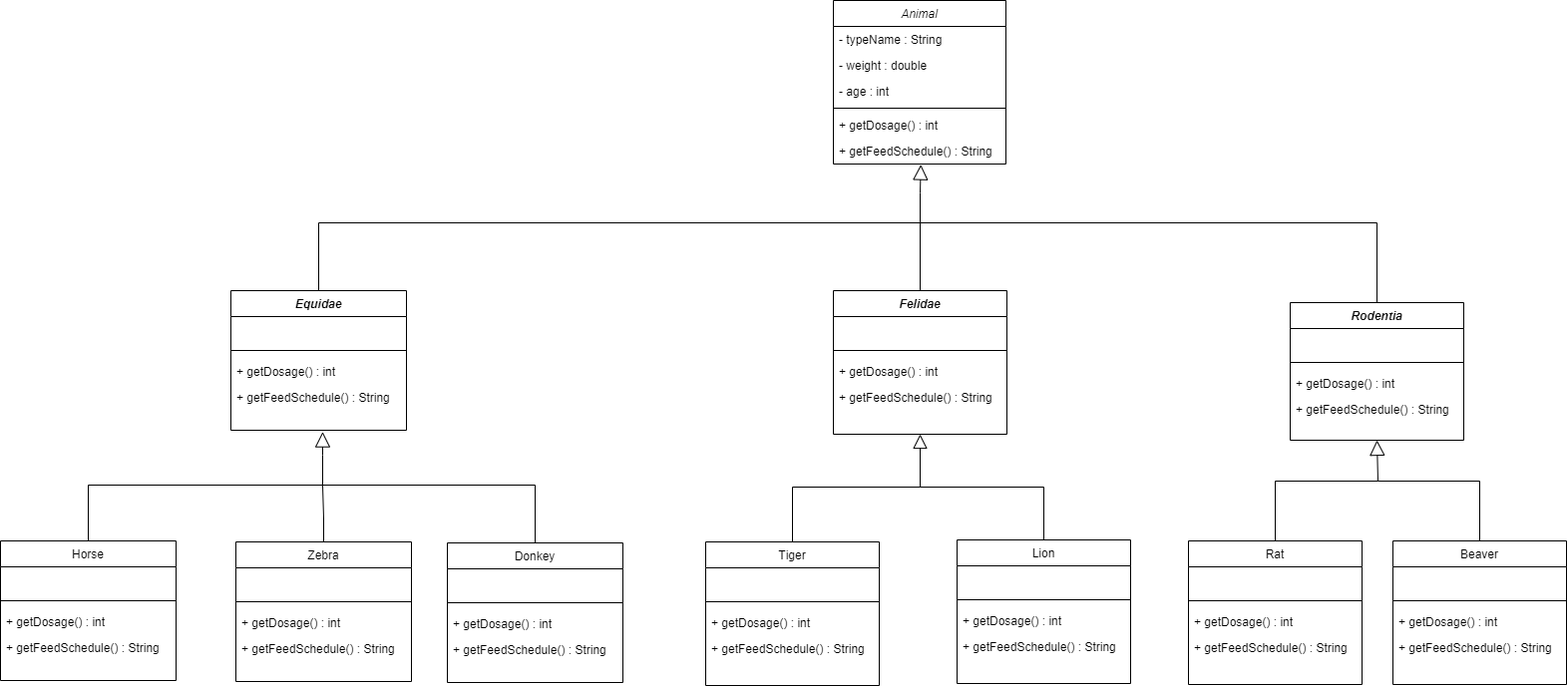
emreyldrm/Course keeps this draw.io diagram as javaBasics-Patika.dev/oop/zooManagementSystem.png. Above is the earlier version. Source tidied: cells renumbered, new cells last; positions are measured from the earlier drawing's top-left corner, leaving out a move shared by most shapes. Its diagram source:
```xml
<mxGraphModel background="#ffffff">
  <root>
    <mxCell id="0" />
    <mxCell id="1" parent="0" />
    <mxCell id="2" value="Animal" style="swimlane;fontStyle=2;align=center;verticalAlign=top;horizontal=1;startSize=26;rounded=0;shadow=0;strokeWidth=1;fillColor=default;strokeColor=default;" parent="1" vertex="1">
      <mxGeometry x="835" width="173" height="164" as="geometry" />
    </mxCell>
    <mxCell id="3" value="- typeName : String" style="text;align=left;verticalAlign=top;spacingLeft=4;spacingRight=4;overflow=hidden;" parent="2" vertex="1">
      <mxGeometry y="26" width="173" height="26" as="geometry" />
    </mxCell>
    <mxCell id="4" value="- weight : double" style="text;align=left;verticalAlign=top;spacingLeft=4;spacingRight=4;overflow=hidden;" parent="2" vertex="1">
      <mxGeometry y="52" width="173" height="26" as="geometry" />
    </mxCell>
    <mxCell id="5" value="- age : int" style="text;align=left;verticalAlign=top;spacingLeft=4;spacingRight=4;overflow=hidden;" parent="2" vertex="1">
      <mxGeometry y="78" width="173" height="26" as="geometry" />
    </mxCell>
    <mxCell id="6" style="line;html=1;strokeWidth=1;align=left;verticalAlign=middle;spacingTop=-1;spacingLeft=3;spacingRight=3;labelPosition=right;" parent="2" vertex="1">
      <mxGeometry y="104" width="173" height="8" as="geometry" />
    </mxCell>
    <mxCell id="7" value="+ getDosage() : int" style="text;align=left;verticalAlign=top;spacingLeft=4;spacingRight=4;overflow=hidden;" parent="2" vertex="1">
      <mxGeometry y="112" width="173" height="26" as="geometry" />
    </mxCell>
    <mxCell id="8" value="+ getFeedSchedule() : String" style="text;align=left;verticalAlign=top;spacingLeft=4;spacingRight=4;overflow=hidden;points=[[0,0.5],[1,0.5]];portConstraint=eastwest;" parent="2" vertex="1">
      <mxGeometry y="138" width="173" height="26" as="geometry" />
    </mxCell>
    <mxCell id="9" value="Equidae" style="swimlane;fontStyle=3;align=center;verticalAlign=top;horizontal=1;startSize=26;rounded=0;shadow=0;strokeWidth=1;" parent="1" vertex="1">
      <mxGeometry x="231" y="291" width="176" height="140" as="geometry" />
    </mxCell>
    <mxCell id="10" value="   " style="text;align=left;verticalAlign=top;spacingLeft=4;spacingRight=4;overflow=hidden;rounded=0;shadow=0;html=0;" parent="9" vertex="1">
      <mxGeometry y="26" width="176" height="26" as="geometry" />
    </mxCell>
    <mxCell id="11" style="line;html=1;strokeWidth=1;align=left;verticalAlign=middle;spacingTop=-1;spacingLeft=3;spacingRight=3;labelPosition=right;" parent="9" vertex="1">
      <mxGeometry y="52" width="176" height="16" as="geometry" />
    </mxCell>
    <mxCell id="12" value="+ getDosage() : int" style="text;align=left;verticalAlign=top;spacingLeft=4;spacingRight=4;overflow=hidden;" parent="9" vertex="1">
      <mxGeometry y="68" width="176" height="26" as="geometry" />
    </mxCell>
    <mxCell id="13" value="+ getFeedSchedule() : String" style="text;align=left;verticalAlign=top;spacingLeft=4;spacingRight=4;overflow=hidden;" parent="9" vertex="1">
      <mxGeometry y="94" width="176" height="26" as="geometry" />
    </mxCell>
    <mxCell id="14" value="Felidae" style="swimlane;fontStyle=3;align=center;verticalAlign=top;horizontal=1;startSize=26;rounded=0;shadow=0;strokeWidth=1;" parent="1" vertex="1">
      <mxGeometry x="835" y="291" width="174" height="144" as="geometry" />
    </mxCell>
    <mxCell id="15" value="   " style="text;align=left;verticalAlign=top;spacingLeft=4;spacingRight=4;overflow=hidden;rounded=0;shadow=0;html=0;" parent="14" vertex="1">
      <mxGeometry y="26" width="174" height="26" as="geometry" />
    </mxCell>
    <mxCell id="16" style="line;html=1;strokeWidth=1;align=left;verticalAlign=middle;spacingTop=-1;spacingLeft=3;spacingRight=3;labelPosition=right;" parent="14" vertex="1">
      <mxGeometry y="52" width="174" height="16" as="geometry" />
    </mxCell>
    <mxCell id="17" value="+ getDosage() : int" style="text;align=left;verticalAlign=top;spacingLeft=4;spacingRight=4;overflow=hidden;" parent="14" vertex="1">
      <mxGeometry y="68" width="174" height="26" as="geometry" />
    </mxCell>
    <mxCell id="18" value="+ getFeedSchedule() : String" style="text;align=left;verticalAlign=top;spacingLeft=4;spacingRight=4;overflow=hidden;" parent="14" vertex="1">
      <mxGeometry y="94" width="174" height="26" as="geometry" />
    </mxCell>
    <mxCell id="19" value="Rodentia" style="swimlane;fontStyle=3;align=center;verticalAlign=top;horizontal=1;startSize=26;rounded=0;shadow=0;strokeWidth=1;" parent="1" vertex="1">
      <mxGeometry x="1293" y="303" width="174" height="138" as="geometry" />
    </mxCell>
    <mxCell id="20" value="   " style="text;align=left;verticalAlign=top;spacingLeft=4;spacingRight=4;overflow=hidden;rounded=0;shadow=0;html=0;" parent="19" vertex="1">
      <mxGeometry y="26" width="174" height="26" as="geometry" />
    </mxCell>
    <mxCell id="21" style="line;html=1;strokeWidth=1;align=left;verticalAlign=middle;spacingTop=-1;spacingLeft=3;spacingRight=3;labelPosition=right;" parent="19" vertex="1">
      <mxGeometry y="52" width="174" height="16" as="geometry" />
    </mxCell>
    <mxCell id="22" value="+ getDosage() : int" style="text;align=left;verticalAlign=top;spacingLeft=4;spacingRight=4;overflow=hidden;" parent="19" vertex="1">
      <mxGeometry y="68" width="174" height="26" as="geometry" />
    </mxCell>
    <mxCell id="23" value="+ getFeedSchedule() : String" style="text;align=left;verticalAlign=top;spacingLeft=4;spacingRight=4;overflow=hidden;" parent="19" vertex="1">
      <mxGeometry y="94" width="174" height="26" as="geometry" />
    </mxCell>
    <mxCell id="24" value="Horse" style="swimlane;fontStyle=0;align=center;verticalAlign=top;horizontal=1;startSize=26;rounded=0;shadow=0;strokeWidth=1;" parent="1" vertex="1">
      <mxGeometry y="542" width="176" height="140" as="geometry" />
    </mxCell>
    <mxCell id="25" value="   " style="text;align=left;verticalAlign=top;spacingLeft=4;spacingRight=4;overflow=hidden;rounded=0;shadow=0;html=0;" parent="24" vertex="1">
      <mxGeometry y="26" width="176" height="26" as="geometry" />
    </mxCell>
    <mxCell id="26" style="line;html=1;strokeWidth=1;align=left;verticalAlign=middle;spacingTop=-1;spacingLeft=3;spacingRight=3;labelPosition=right;" parent="24" vertex="1">
      <mxGeometry y="52" width="176" height="16" as="geometry" />
    </mxCell>
    <mxCell id="27" value="+ getDosage() : int" style="text;align=left;verticalAlign=top;spacingLeft=4;spacingRight=4;overflow=hidden;" parent="24" vertex="1">
      <mxGeometry y="68" width="176" height="26" as="geometry" />
    </mxCell>
    <mxCell id="28" value="+ getFeedSchedule() : String" style="text;align=left;verticalAlign=top;spacingLeft=4;spacingRight=4;overflow=hidden;" parent="24" vertex="1">
      <mxGeometry y="94" width="176" height="26" as="geometry" />
    </mxCell>
    <mxCell id="29" value="Zebra" style="swimlane;fontStyle=0;align=center;verticalAlign=top;horizontal=1;startSize=26;rounded=0;shadow=0;strokeWidth=1;" parent="1" vertex="1">
      <mxGeometry x="236" y="543" width="176" height="140" as="geometry" />
    </mxCell>
    <mxCell id="30" value="   " style="text;align=left;verticalAlign=top;spacingLeft=4;spacingRight=4;overflow=hidden;rounded=0;shadow=0;html=0;" parent="29" vertex="1">
      <mxGeometry y="26" width="176" height="26" as="geometry" />
    </mxCell>
    <mxCell id="31" style="line;html=1;strokeWidth=1;align=left;verticalAlign=middle;spacingTop=-1;spacingLeft=3;spacingRight=3;labelPosition=right;" parent="29" vertex="1">
      <mxGeometry y="52" width="176" height="16" as="geometry" />
    </mxCell>
    <mxCell id="32" value="+ getDosage() : int" style="text;align=left;verticalAlign=top;spacingLeft=4;spacingRight=4;overflow=hidden;" parent="29" vertex="1">
      <mxGeometry y="68" width="176" height="26" as="geometry" />
    </mxCell>
    <mxCell id="33" value="+ getFeedSchedule() : String" style="text;align=left;verticalAlign=top;spacingLeft=4;spacingRight=4;overflow=hidden;" parent="29" vertex="1">
      <mxGeometry y="94" width="176" height="26" as="geometry" />
    </mxCell>
    <mxCell id="34" value="Donkey" style="swimlane;fontStyle=0;align=center;verticalAlign=top;horizontal=1;startSize=26;rounded=0;shadow=0;strokeWidth=1;" parent="1" vertex="1">
      <mxGeometry x="448" y="544" width="176" height="140" as="geometry" />
    </mxCell>
    <mxCell id="35" value="   " style="text;align=left;verticalAlign=top;spacingLeft=4;spacingRight=4;overflow=hidden;rounded=0;shadow=0;html=0;" parent="34" vertex="1">
      <mxGeometry y="26" width="176" height="26" as="geometry" />
    </mxCell>
    <mxCell id="36" style="line;html=1;strokeWidth=1;align=left;verticalAlign=middle;spacingTop=-1;spacingLeft=3;spacingRight=3;labelPosition=right;" parent="34" vertex="1">
      <mxGeometry y="52" width="176" height="16" as="geometry" />
    </mxCell>
    <mxCell id="37" value="+ getDosage() : int" style="text;align=left;verticalAlign=top;spacingLeft=4;spacingRight=4;overflow=hidden;" parent="34" vertex="1">
      <mxGeometry y="68" width="176" height="26" as="geometry" />
    </mxCell>
    <mxCell id="38" value="+ getFeedSchedule() : String" style="text;align=left;verticalAlign=top;spacingLeft=4;spacingRight=4;overflow=hidden;" parent="34" vertex="1">
      <mxGeometry y="94" width="176" height="26" as="geometry" />
    </mxCell>
    <mxCell id="39" value="Tiger" style="swimlane;fontStyle=0;align=center;verticalAlign=top;horizontal=1;startSize=26;rounded=0;shadow=0;strokeWidth=1;" parent="1" vertex="1">
      <mxGeometry x="707" y="543" width="174" height="144" as="geometry" />
    </mxCell>
    <mxCell id="40" value="   " style="text;align=left;verticalAlign=top;spacingLeft=4;spacingRight=4;overflow=hidden;rounded=0;shadow=0;html=0;" parent="39" vertex="1">
      <mxGeometry y="26" width="174" height="26" as="geometry" />
    </mxCell>
    <mxCell id="41" style="line;html=1;strokeWidth=1;align=left;verticalAlign=middle;spacingTop=-1;spacingLeft=3;spacingRight=3;labelPosition=right;" parent="39" vertex="1">
      <mxGeometry y="52" width="174" height="16" as="geometry" />
    </mxCell>
    <mxCell id="42" value="+ getDosage() : int" style="text;align=left;verticalAlign=top;spacingLeft=4;spacingRight=4;overflow=hidden;" parent="39" vertex="1">
      <mxGeometry y="68" width="174" height="26" as="geometry" />
    </mxCell>
    <mxCell id="43" value="+ getFeedSchedule() : String" style="text;align=left;verticalAlign=top;spacingLeft=4;spacingRight=4;overflow=hidden;" parent="39" vertex="1">
      <mxGeometry y="94" width="174" height="26" as="geometry" />
    </mxCell>
    <mxCell id="44" style="edgeStyle=orthogonalEdgeStyle;rounded=0;jettySize=auto;html=1;endArrow=none;endFill=0;" parent="1" edge="1" source="45" target="56">
      <mxGeometry relative="1" as="geometry">
        <Array as="points">
          <mxPoint x="1046" y="488" />
        </Array>
      </mxGeometry>
    </mxCell>
    <mxCell id="45" value="Lion" style="swimlane;fontStyle=0;align=center;verticalAlign=top;horizontal=1;startSize=26;rounded=0;shadow=0;strokeWidth=1;" parent="1" vertex="1">
      <mxGeometry x="959" y="541" width="174" height="144" as="geometry" />
    </mxCell>
    <mxCell id="46" value="   " style="text;align=left;verticalAlign=top;spacingLeft=4;spacingRight=4;overflow=hidden;rounded=0;shadow=0;html=0;" parent="45" vertex="1">
      <mxGeometry y="26" width="174" height="26" as="geometry" />
    </mxCell>
    <mxCell id="47" style="line;html=1;strokeWidth=1;align=left;verticalAlign=middle;spacingTop=-1;spacingLeft=3;spacingRight=3;labelPosition=right;" parent="45" vertex="1">
      <mxGeometry y="52" width="174" height="16" as="geometry" />
    </mxCell>
    <mxCell id="48" value="+ getDosage() : int" style="text;align=left;verticalAlign=top;spacingLeft=4;spacingRight=4;overflow=hidden;" parent="45" vertex="1">
      <mxGeometry y="68" width="174" height="26" as="geometry" />
    </mxCell>
    <mxCell id="49" value="+ getFeedSchedule() : String" style="text;align=left;verticalAlign=top;spacingLeft=4;spacingRight=4;overflow=hidden;" parent="45" vertex="1">
      <mxGeometry y="94" width="174" height="26" as="geometry" />
    </mxCell>
    <mxCell id="50" style="edgeStyle=orthogonalEdgeStyle;rounded=0;jettySize=auto;html=1;endArrow=block;endFill=0;endSize=13;" parent="1" edge="1" source="51">
      <mxGeometry relative="1" as="geometry">
        <mxPoint x="323" y="432.6" as="targetPoint" />
      </mxGeometry>
    </mxCell>
    <mxCell id="51" style="shape=waypoint;sketch=0;fillStyle=solid;size=6;points=[];fillColor=none;perimeter=centerPerimeter;snapToPoint=1;strokeColor=none;" parent="1" vertex="1">
      <mxGeometry x="313" y="476" width="20" height="20" as="geometry" />
    </mxCell>
    <mxCell id="52" style="edgeStyle=orthogonalEdgeStyle;rounded=0;jettySize=auto;html=1;entryX=0.738;entryY=0.721;entryDx=0;entryDy=0;entryPerimeter=0;endArrow=none;endFill=0;" parent="1" edge="1" source="29" target="51">
      <mxGeometry relative="1" as="geometry" />
    </mxCell>
    <mxCell id="53" style="edgeStyle=orthogonalEdgeStyle;rounded=0;jettySize=auto;html=1;entryX=0.974;entryY=0.438;entryDx=0;entryDy=0;entryPerimeter=0;endArrow=none;endFill=0;" parent="1" edge="1" source="34" target="51">
      <mxGeometry relative="1" as="geometry">
        <Array as="points">
          <mxPoint x="536" y="486" />
        </Array>
      </mxGeometry>
    </mxCell>
    <mxCell id="54" style="edgeStyle=orthogonalEdgeStyle;rounded=0;jettySize=auto;html=1;entryX=0.315;entryY=0.391;entryDx=0;entryDy=0;entryPerimeter=0;endArrow=none;endFill=0;" parent="1" edge="1" source="24" target="51">
      <mxGeometry relative="1" as="geometry">
        <Array as="points">
          <mxPoint x="88" y="486" />
        </Array>
      </mxGeometry>
    </mxCell>
    <mxCell id="55" style="edgeStyle=orthogonalEdgeStyle;rounded=0;jettySize=auto;html=1;entryX=0.5;entryY=1;entryDx=0;entryDy=0;endArrow=block;endFill=0;endSize=12;" parent="1" edge="1" source="56" target="14">
      <mxGeometry relative="1" as="geometry" />
    </mxCell>
    <mxCell id="56" style="shape=waypoint;sketch=0;fillStyle=solid;size=6;points=[];fillColor=none;perimeter=centerPerimeter;snapToPoint=1;strokeColor=none;" parent="1" vertex="1">
      <mxGeometry x="912" y="478" width="20" height="20" as="geometry" />
    </mxCell>
    <mxCell id="57" style="edgeStyle=orthogonalEdgeStyle;rounded=0;jettySize=auto;html=1;entryX=0.859;entryY=0.856;entryDx=0;entryDy=0;entryPerimeter=0;endArrow=none;endFill=0;" parent="1" edge="1" source="39" target="56">
      <mxGeometry relative="1" as="geometry">
        <Array as="points">
          <mxPoint x="794" y="488" />
        </Array>
      </mxGeometry>
    </mxCell>
    <mxCell id="58" style="edgeStyle=orthogonalEdgeStyle;rounded=0;jettySize=auto;html=1;endArrow=none;endFill=0;" parent="1" edge="1" source="59" target="70">
      <mxGeometry relative="1" as="geometry">
        <Array as="points">
          <mxPoint x="1278" y="482" />
        </Array>
      </mxGeometry>
    </mxCell>
    <mxCell id="59" value="Rat" style="swimlane;fontStyle=0;align=center;verticalAlign=top;horizontal=1;startSize=26;rounded=0;shadow=0;strokeWidth=1;" parent="1" vertex="1">
      <mxGeometry x="1191" y="542" width="174" height="144" as="geometry" />
    </mxCell>
    <mxCell id="60" value="   " style="text;align=left;verticalAlign=top;spacingLeft=4;spacingRight=4;overflow=hidden;rounded=0;shadow=0;html=0;" parent="59" vertex="1">
      <mxGeometry y="26" width="174" height="26" as="geometry" />
    </mxCell>
    <mxCell id="61" style="line;html=1;strokeWidth=1;align=left;verticalAlign=middle;spacingTop=-1;spacingLeft=3;spacingRight=3;labelPosition=right;" parent="59" vertex="1">
      <mxGeometry y="52" width="174" height="16" as="geometry" />
    </mxCell>
    <mxCell id="62" value="+ getDosage() : int" style="text;align=left;verticalAlign=top;spacingLeft=4;spacingRight=4;overflow=hidden;" parent="59" vertex="1">
      <mxGeometry y="68" width="174" height="26" as="geometry" />
    </mxCell>
    <mxCell id="63" value="+ getFeedSchedule() : String" style="text;align=left;verticalAlign=top;spacingLeft=4;spacingRight=4;overflow=hidden;" parent="59" vertex="1">
      <mxGeometry y="94" width="174" height="26" as="geometry" />
    </mxCell>
    <mxCell id="64" value="Beaver" style="swimlane;fontStyle=0;align=center;verticalAlign=top;horizontal=1;startSize=26;rounded=0;shadow=0;strokeWidth=1;" parent="1" vertex="1">
      <mxGeometry x="1396" y="542" width="174" height="144" as="geometry" />
    </mxCell>
    <mxCell id="65" value="   " style="text;align=left;verticalAlign=top;spacingLeft=4;spacingRight=4;overflow=hidden;rounded=0;shadow=0;html=0;" parent="64" vertex="1">
      <mxGeometry y="26" width="174" height="26" as="geometry" />
    </mxCell>
    <mxCell id="66" style="line;html=1;strokeWidth=1;align=left;verticalAlign=middle;spacingTop=-1;spacingLeft=3;spacingRight=3;labelPosition=right;" parent="64" vertex="1">
      <mxGeometry y="52" width="174" height="16" as="geometry" />
    </mxCell>
    <mxCell id="67" value="+ getDosage() : int" style="text;align=left;verticalAlign=top;spacingLeft=4;spacingRight=4;overflow=hidden;" parent="64" vertex="1">
      <mxGeometry y="68" width="174" height="26" as="geometry" />
    </mxCell>
    <mxCell id="68" value="+ getFeedSchedule() : String" style="text;align=left;verticalAlign=top;spacingLeft=4;spacingRight=4;overflow=hidden;" parent="64" vertex="1">
      <mxGeometry y="94" width="174" height="26" as="geometry" />
    </mxCell>
    <mxCell id="69" style="edgeStyle=orthogonalEdgeStyle;rounded=0;jettySize=auto;html=1;entryX=0.5;entryY=1;entryDx=0;entryDy=0;endArrow=block;endFill=0;endSize=13;" parent="1" edge="1" source="70" target="19">
      <mxGeometry relative="1" as="geometry" />
    </mxCell>
    <mxCell id="70" style="shape=waypoint;sketch=0;fillStyle=solid;size=6;points=[];fillColor=none;perimeter=centerPerimeter;snapToPoint=1;strokeColor=none;" parent="1" vertex="1">
      <mxGeometry x="1371" y="472" width="20" height="20" as="geometry" />
    </mxCell>
    <mxCell id="71" style="edgeStyle=orthogonalEdgeStyle;rounded=0;jettySize=auto;html=1;entryX=0.786;entryY=0.352;entryDx=0;entryDy=0;entryPerimeter=0;endArrow=none;endFill=0;" parent="1" edge="1" source="64" target="70">
      <mxGeometry relative="1" as="geometry">
        <Array as="points">
          <mxPoint x="1483" y="482" />
        </Array>
      </mxGeometry>
    </mxCell>
    <mxCell id="72" style="shape=waypoint;sketch=0;fillStyle=solid;size=6;points=[];fillColor=none;perimeter=centerPerimeter;snapToPoint=1;strokeColor=none;" parent="1" vertex="1">
      <mxGeometry x="912" y="213" width="20" height="20" as="geometry" />
    </mxCell>
    <mxCell id="73" style="edgeStyle=orthogonalEdgeStyle;rounded=0;jettySize=auto;html=1;entryX=0.253;entryY=0.362;entryDx=0;entryDy=0;entryPerimeter=0;endArrow=none;endFill=0;" parent="1" edge="1" source="9" target="72">
      <mxGeometry relative="1" as="geometry">
        <Array as="points">
          <mxPoint x="319" y="223" />
        </Array>
      </mxGeometry>
    </mxCell>
    <mxCell id="74" style="edgeStyle=orthogonalEdgeStyle;rounded=0;jettySize=auto;html=1;entryX=0.724;entryY=0.974;entryDx=0;entryDy=0;entryPerimeter=0;endArrow=none;endFill=0;" parent="1" edge="1" source="14" target="72">
      <mxGeometry relative="1" as="geometry" />
    </mxCell>
    <mxCell id="75" style="edgeStyle=orthogonalEdgeStyle;rounded=0;jettySize=auto;html=1;entryX=0.953;entryY=0.315;entryDx=0;entryDy=0;entryPerimeter=0;endArrow=none;endFill=0;" parent="1" edge="1" source="19" target="72">
      <mxGeometry relative="1" as="geometry">
        <Array as="points">
          <mxPoint x="1380" y="223" />
        </Array>
      </mxGeometry>
    </mxCell>
    <mxCell id="76" style="edgeStyle=orthogonalEdgeStyle;rounded=0;jettySize=auto;html=1;entryX=0.507;entryY=1.022;entryDx=0;entryDy=0;entryPerimeter=0;endArrow=block;endFill=0;endSize=13;" parent="1" edge="1" source="72" target="8">
      <mxGeometry relative="1" as="geometry" />
    </mxCell>
  </root>
</mxGraphModel>
```
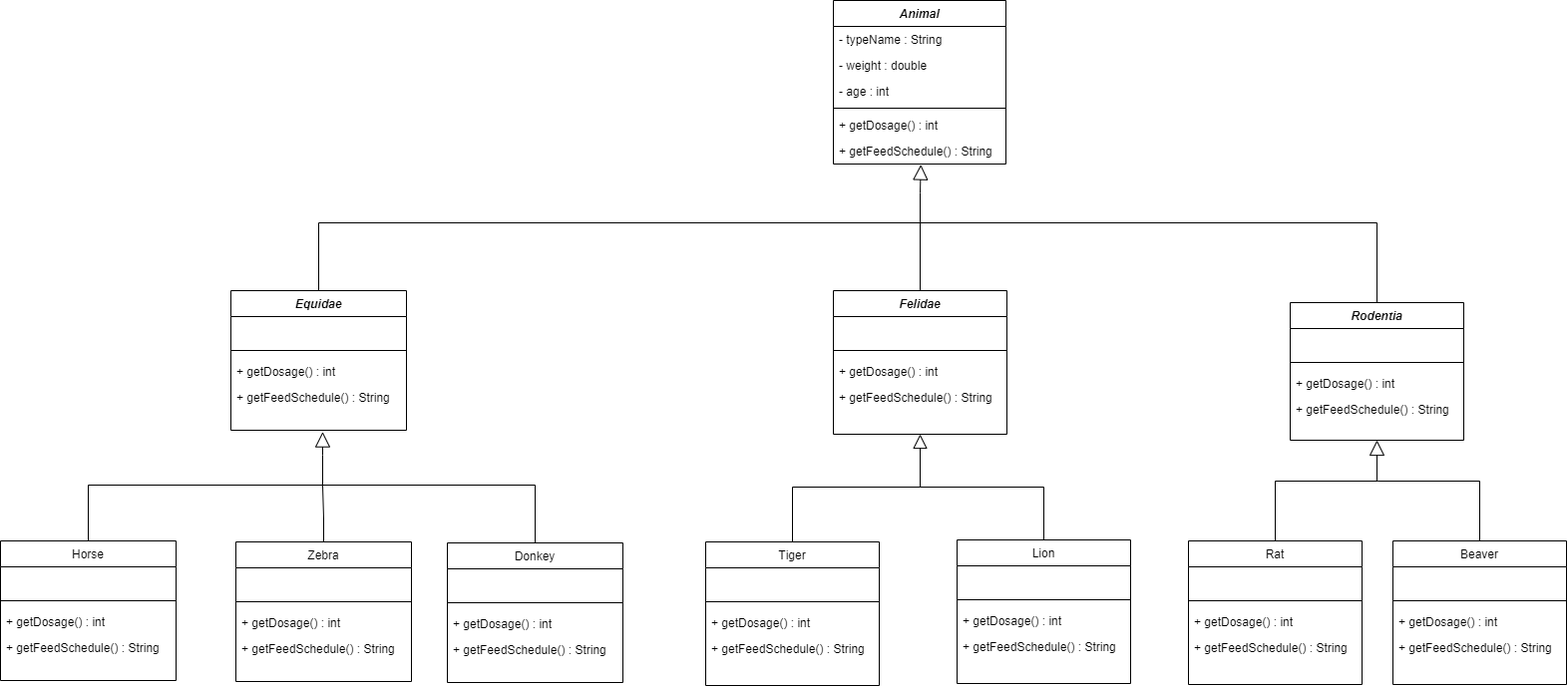
Later version of the same file.

The edit, as a diff of the source:
```diff
@@ -2,7 +2,7 @@
   <root>
     <mxCell id="0" />
     <mxCell id="1" parent="0" />
-    <mxCell id="2" value="Animal" style="swimlane;fontStyle=2;align=center;verticalAlign=top;horizontal=1;startSize=26;rounded=0;shadow=0;strokeWidth=1;fillColor=default;strokeColor=default;" parent="1" vertex="1">
+    <mxCell id="2" value="Animal" style="swimlane;fontStyle=3;align=center;verticalAlign=top;horizontal=1;startSize=26;rounded=0;shadow=0;strokeWidth=1;fillColor=default;strokeColor=default;" parent="1" vertex="1">
       <mxGeometry x="835" width="173" height="164" as="geometry" />
     </mxCell>
     <mxCell id="3" value="- typeName : String" style="text;align=left;verticalAlign=top;spacingLeft=4;spacingRight=4;overflow=hidden;" parent="2" vertex="1">
```
